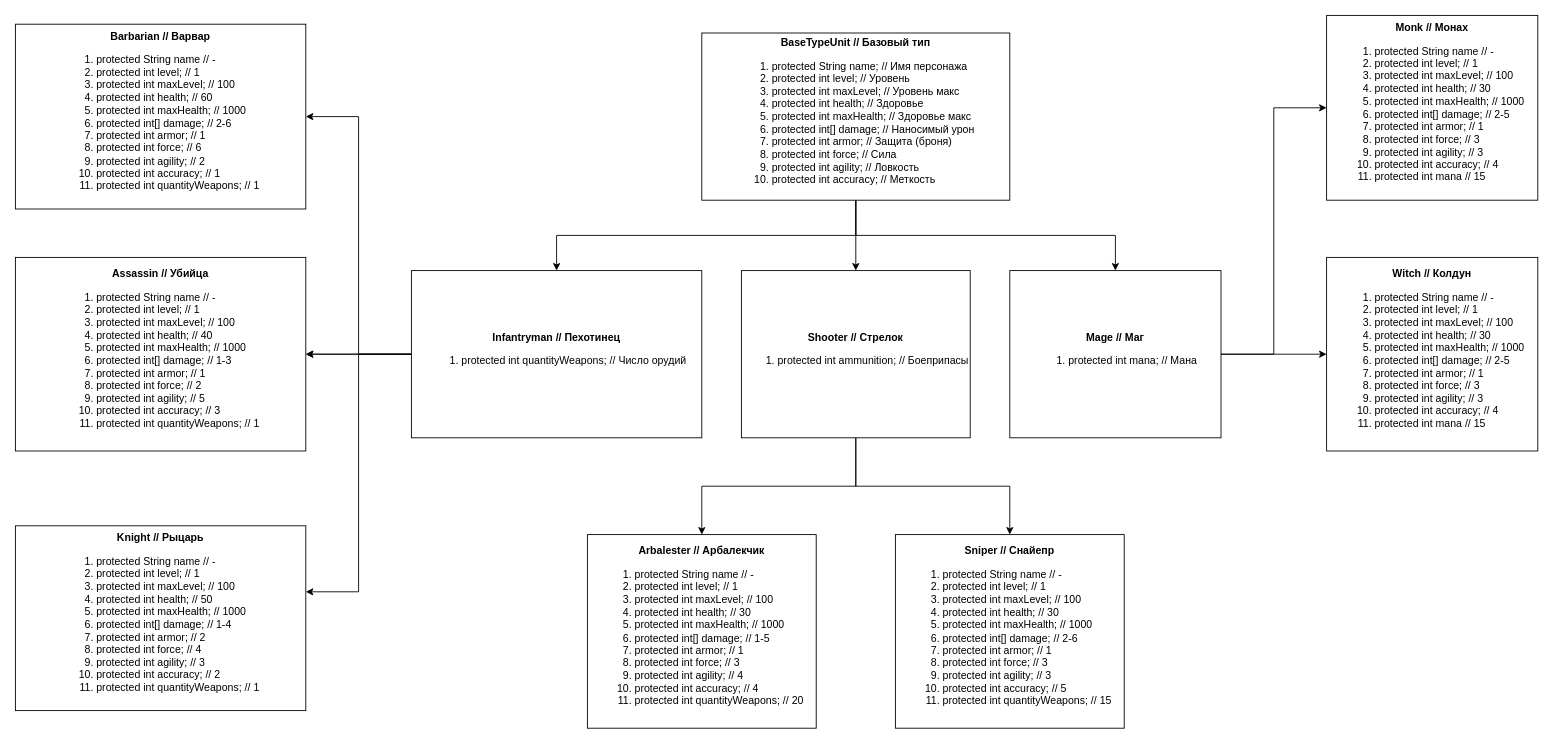
Before: Game.drawio in JIupins/OOP_Java_Seminar_1, a draw.io diagram. Source tidied: cells renumbered, new cells numbered last; positions are measured from the earlier drawing's top-left corner, leaving out a move shared by most shapes. Both pictures are drawn from the tidied source at 88%, with x=0, y=0 at pixel (15, 15).
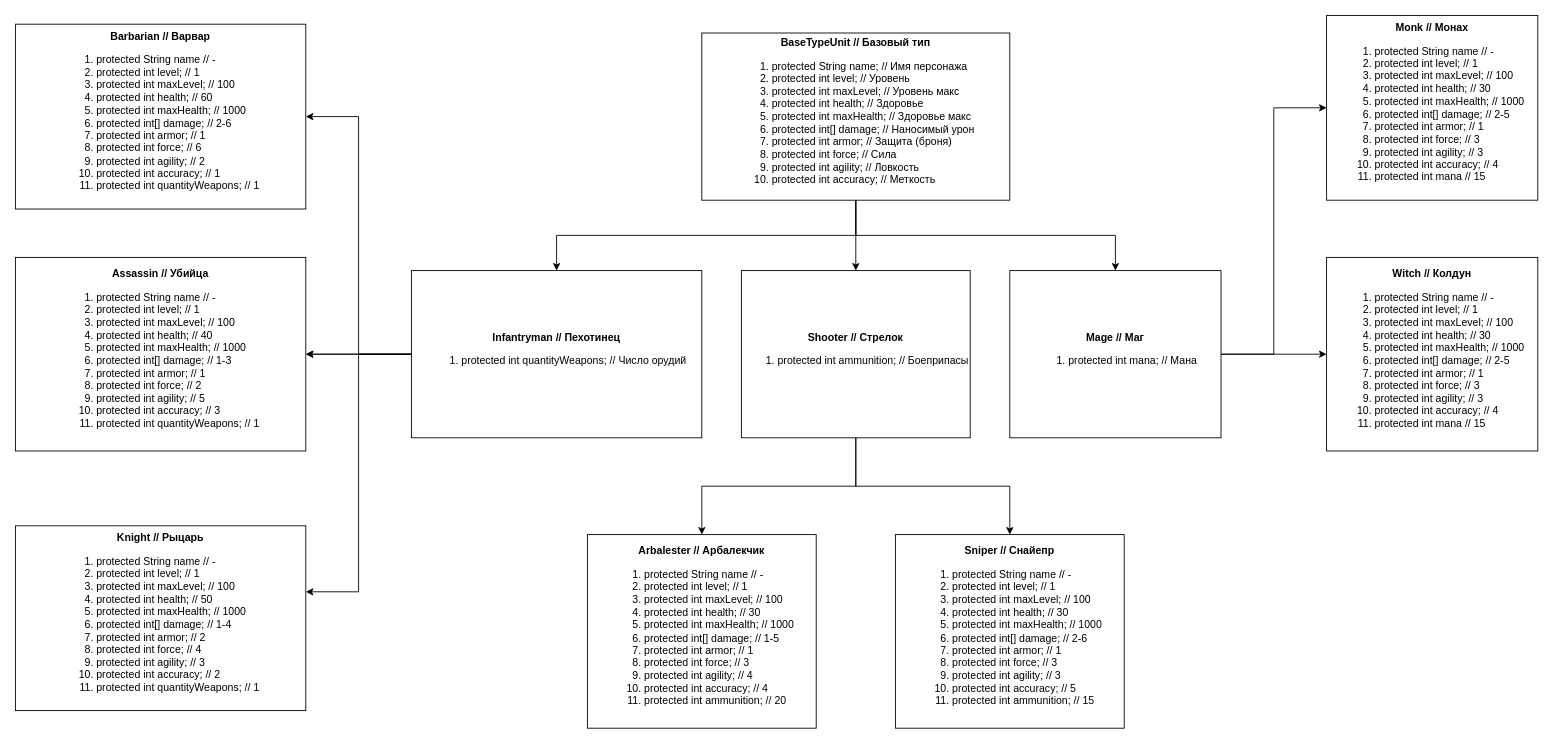
After the change.

What changed in the source:
```diff
@@
-    <mxCell id="20" value="&lt;b&gt;Arbalester // Арбалекчик&lt;/b&gt;&lt;br&gt;&lt;div&gt;&lt;ol&gt;&lt;li style=&quot;border-color: var(--border-color); text-align: left;&quot;&gt;protected String name // -&lt;/li&gt;&lt;li style=&quot;border-color: var(--border-color); text-align: left;&quot;&gt;protected int level; // 1&lt;/li&gt;&lt;li style=&quot;border-color: var(--border-color); text-align: left;&quot;&gt;protected int maxLevel; // 100&lt;/li&gt;&lt;li style=&quot;border-color: var(--border-color); text-align: left;&quot;&gt;protected int health; // 30&lt;/li&gt;&lt;li style=&quot;border-color: var(--border-color); text-align: left;&quot;&gt;protected int maxHealth; // 1000&lt;/li&gt;&lt;li style=&quot;border-color: var(--border-color); text-align: left;&quot;&gt;protected int[] damage; // 1-5&lt;/li&gt;&lt;li style=&quot;border-color: var(--border-color); text-align: left;&quot;&gt;protected int armor; // 1&lt;/li&gt;&lt;li style=&quot;border-color: var(--border-color); text-align: left;&quot;&gt;protected int force; // 3&lt;/li&gt;&lt;li style=&quot;border-color: var(--border-color); text-align: left;&quot;&gt;protected int agility; // 4&lt;/li&gt;&lt;li style=&quot;border-color: var(--border-color); text-align: left;&quot;&gt;protected int accuracy; // 4&lt;/li&gt;&lt;li style=&quot;border-color: var(--border-color); text-align: left;&quot;&gt;protected int quantityWeapons; // 20&lt;/li&gt;&lt;/ol&gt;&lt;/div&gt;" style="rounded=0;whiteSpace=wrap;html=1;" parent="1" vertex="1">
+    <mxCell id="20" value="&lt;b&gt;Arbalester // Арбалекчик&lt;/b&gt;&lt;br&gt;&lt;div&gt;&lt;ol&gt;&lt;li style=&quot;border-color: var(--border-color); text-align: left;&quot;&gt;protected String name // -&lt;/li&gt;&lt;li style=&quot;border-color: var(--border-color); text-align: left;&quot;&gt;protected int level; // 1&lt;/li&gt;&lt;li style=&quot;border-color: var(--border-color); text-align: left;&quot;&gt;protected int maxLevel; // 100&lt;/li&gt;&lt;li style=&quot;border-color: var(--border-color); text-align: left;&quot;&gt;protected int health; // 30&lt;/li&gt;&lt;li style=&quot;border-color: var(--border-color); text-align: left;&quot;&gt;protected int maxHealth; // 1000&lt;/li&gt;&lt;li style=&quot;border-color: var(--border-color); text-align: left;&quot;&gt;protected int[] damage; // 1-5&lt;/li&gt;&lt;li style=&quot;border-color: var(--border-color); text-align: left;&quot;&gt;protected int armor; // 1&lt;/li&gt;&lt;li style=&quot;border-color: var(--border-color); text-align: left;&quot;&gt;protected int force; // 3&lt;/li&gt;&lt;li style=&quot;border-color: var(--border-color); text-align: left;&quot;&gt;protected int agility; // 4&lt;/li&gt;&lt;li style=&quot;border-color: var(--border-color); text-align: left;&quot;&gt;protected int accuracy; // 4&lt;/li&gt;&lt;li style=&quot;border-color: var(--border-color); text-align: left;&quot;&gt;protected int&amp;nbsp;ammunition; // 20&lt;/li&gt;&lt;/ol&gt;&lt;/div&gt;" style="rounded=0;whiteSpace=wrap;html=1;" parent="1" vertex="1">
       <mxGeometry x="650" y="590" width="260" height="220" as="geometry" />
     </mxCell>
-    <mxCell id="21" value="&lt;b&gt;Sniper // Снайепр&lt;/b&gt;&lt;br&gt;&lt;div&gt;&lt;ol&gt;&lt;li style=&quot;border-color: var(--border-color); text-align: left;&quot;&gt;protected String name // -&lt;/li&gt;&lt;li style=&quot;border-color: var(--border-color); text-align: left;&quot;&gt;protected int level; // 1&lt;/li&gt;&lt;li style=&quot;border-color: var(--border-color); text-align: left;&quot;&gt;protected int maxLevel; // 100&lt;/li&gt;&lt;li style=&quot;border-color: var(--border-color); text-align: left;&quot;&gt;protected int health; // 30&lt;/li&gt;&lt;li style=&quot;border-color: var(--border-color); text-align: left;&quot;&gt;protected int maxHealth; // 1000&lt;/li&gt;&lt;li style=&quot;border-color: var(--border-color); text-align: left;&quot;&gt;protected int[] damage; // 2-6&lt;/li&gt;&lt;li style=&quot;border-color: var(--border-color); text-align: left;&quot;&gt;protected int armor; // 1&lt;/li&gt;&lt;li style=&quot;border-color: var(--border-color); text-align: left;&quot;&gt;protected int force; // 3&lt;/li&gt;&lt;li style=&quot;border-color: var(--border-color); text-align: left;&quot;&gt;protected int agility; // 3&lt;/li&gt;&lt;li style=&quot;border-color: var(--border-color); text-align: left;&quot;&gt;protected int accuracy; // 5&lt;/li&gt;&lt;li style=&quot;border-color: var(--border-color); text-align: left;&quot;&gt;protected int quantityWeapons; // 15&lt;/li&gt;&lt;/ol&gt;&lt;/div&gt;" style="rounded=0;whiteSpace=wrap;html=1;" parent="1" vertex="1">
+    <mxCell id="21" value="&lt;b&gt;Sniper // Снайепр&lt;/b&gt;&lt;br&gt;&lt;div&gt;&lt;ol&gt;&lt;li style=&quot;border-color: var(--border-color); text-align: left;&quot;&gt;protected String name // -&lt;/li&gt;&lt;li style=&quot;border-color: var(--border-color); text-align: left;&quot;&gt;protected int level; // 1&lt;/li&gt;&lt;li style=&quot;border-color: var(--border-color); text-align: left;&quot;&gt;protected int maxLevel; // 100&lt;/li&gt;&lt;li style=&quot;border-color: var(--border-color); text-align: left;&quot;&gt;protected int health; // 30&lt;/li&gt;&lt;li style=&quot;border-color: var(--border-color); text-align: left;&quot;&gt;protected int maxHealth; // 1000&lt;/li&gt;&lt;li style=&quot;border-color: var(--border-color); text-align: left;&quot;&gt;protected int[] damage; // 2-6&lt;/li&gt;&lt;li style=&quot;border-color: var(--border-color); text-align: left;&quot;&gt;protected int armor; // 1&lt;/li&gt;&lt;li style=&quot;border-color: var(--border-color); text-align: left;&quot;&gt;protected int force; // 3&lt;/li&gt;&lt;li style=&quot;border-color: var(--border-color); text-align: left;&quot;&gt;protected int agility; // 3&lt;/li&gt;&lt;li style=&quot;border-color: var(--border-color); text-align: left;&quot;&gt;protected int accuracy; // 5&lt;/li&gt;&lt;li style=&quot;border-color: var(--border-color); text-align: left;&quot;&gt;protected int&amp;nbsp;ammunition; // 15&lt;/li&gt;&lt;/ol&gt;&lt;/div&gt;" style="rounded=0;whiteSpace=wrap;html=1;" parent="1" vertex="1">
       <mxGeometry x="1000" y="590" width="260" height="220" as="geometry" />
     </mxCell>
```
